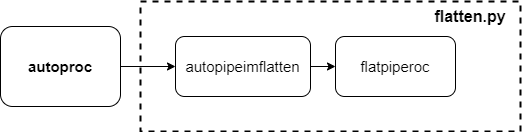
Above: wiki_files/flowchart_flatten.png in astroumd/photometrypipeline (draw.io), before the change. Source tidied: cells renumbered, new cells last; positions are measured from the earlier drawing's top-left corner, leaving out a move shared by most shapes. The source it was exported from:
```xml
<mxGraphModel>
  <root>
    <mxCell id="0" />
    <mxCell id="1" parent="0" />
    <mxCell id="2" style="edgeStyle=orthogonalEdgeStyle;rounded=0;jettySize=auto;html=1;exitX=1;exitY=0.5;exitDx=0;exitDy=0;" parent="1" edge="1" source="3" target="4">
      <mxGeometry relative="1" as="geometry" />
    </mxCell>
    <mxCell id="3" value="&lt;font style=&quot;font-size: 15px&quot;&gt;autopipeimflatten&lt;/font&gt;" style="rounded=1;whiteSpace=wrap;html=1;" parent="1" vertex="1">
      <mxGeometry x="175" y="35" width="135" height="60" as="geometry" />
    </mxCell>
    <mxCell id="4" value="&lt;font style=&quot;font-size: 15px&quot;&gt;flatpiperoc&lt;/font&gt;" style="rounded=1;whiteSpace=wrap;html=1;" parent="1" vertex="1">
      <mxGeometry x="335" y="35" width="120" height="60" as="geometry" />
    </mxCell>
    <mxCell id="5" style="edgeStyle=orthogonalEdgeStyle;rounded=0;jettySize=auto;html=1;exitX=1;exitY=0.5;exitDx=0;exitDy=0;entryX=0;entryY=0.5;entryDx=0;entryDy=0;" parent="1" edge="1" source="6" target="3">
      <mxGeometry relative="1" as="geometry" />
    </mxCell>
    <mxCell id="6" value="&lt;font style=&quot;font-size: 15px&quot;&gt;&lt;b&gt;autoproc&lt;/b&gt;&lt;/font&gt;" style="rounded=1;whiteSpace=wrap;html=1;" parent="1" vertex="1">
      <mxGeometry y="25" width="120" height="80" as="geometry" />
    </mxCell>
    <mxCell id="7" value="&lt;font style=&quot;font-size: 16px&quot;&gt;&lt;b&gt;flatten.py&lt;/b&gt;&lt;/font&gt;" style="text;html=1;strokeColor=none;fillColor=none;align=center;verticalAlign=middle;whiteSpace=wrap;rounded=0;" parent="1" vertex="1">
      <mxGeometry x="420" y="5" width="100" height="20" as="geometry" />
    </mxCell>
    <mxCell id="8" style="rounded=0;whiteSpace=wrap;html=1;dashed=1;fillColor=none;strokeWidth=2;" parent="1" vertex="1">
      <mxGeometry x="140" width="380" height="130" as="geometry" />
    </mxCell>
  </root>
</mxGraphModel>
```
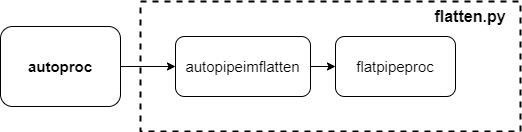
Above is the later version.

Diff of the diagram source:
```diff
@@ -8,7 +8,7 @@
     <mxCell id="3" value="&lt;font style=&quot;font-size: 15px&quot;&gt;autopipeimflatten&lt;/font&gt;" style="rounded=1;whiteSpace=wrap;html=1;" parent="1" vertex="1">
       <mxGeometry x="175" y="35" width="135" height="60" as="geometry" />
     </mxCell>
-    <mxCell id="4" value="&lt;font style=&quot;font-size: 15px&quot;&gt;flatpiperoc&lt;/font&gt;" style="rounded=1;whiteSpace=wrap;html=1;" parent="1" vertex="1">
+    <mxCell id="4" value="&lt;font style=&quot;font-size: 15px&quot;&gt;flatpipeproc&lt;/font&gt;" style="rounded=1;whiteSpace=wrap;html=1;" parent="1" vertex="1">
       <mxGeometry x="335" y="35" width="120" height="60" as="geometry" />
     </mxCell>
     <mxCell id="5" style="edgeStyle=orthogonalEdgeStyle;rounded=0;jettySize=auto;html=1;exitX=1;exitY=0.5;exitDx=0;exitDy=0;entryX=0;entryY=0.5;entryDx=0;entryDy=0;" parent="1" edge="1" source="6" target="3">
```
